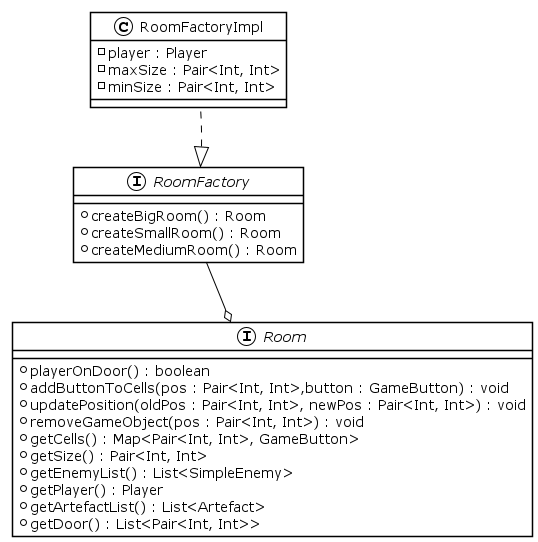
Before: img/uml/Room.png, a diagram exported from PlantUML (CrazyPingu/OOP21-MAP).
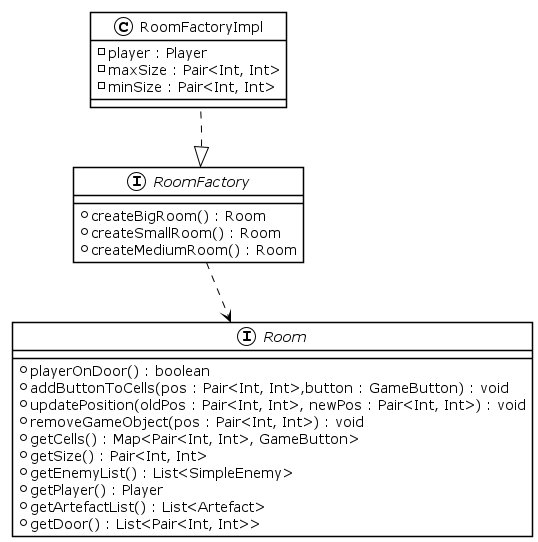
Above is the later version.

The edit, as a diff of the source:
```diff
@@ -28,6 +28,6 @@
 
 RoomFactoryImpl -d[hidden]-> RoomFactory
 Room -u[hidden]-> RoomFactoryImpl
-RoomFactory --o Room
+RoomFactory ..> Room
 
 @enduml
```
